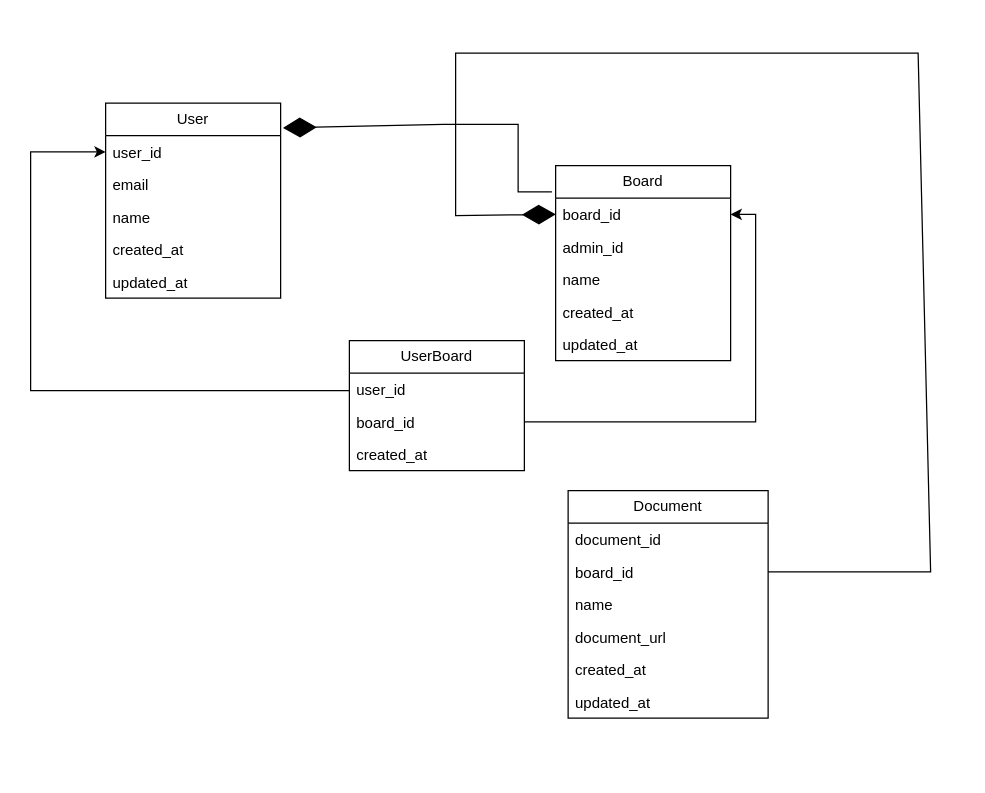
AyushMainali123/studysync keeps this draw.io diagram as db-diagram.drawio. Above is the earlier version. Source tidied: cells renumbered, new cells numbered last; positions are measured from the earlier drawing's top-left corner, leaving out a move shared by most shapes. Both pictures are drawn from the tidied source at 125%, with x=0, y=0 at pixel (30, 52).
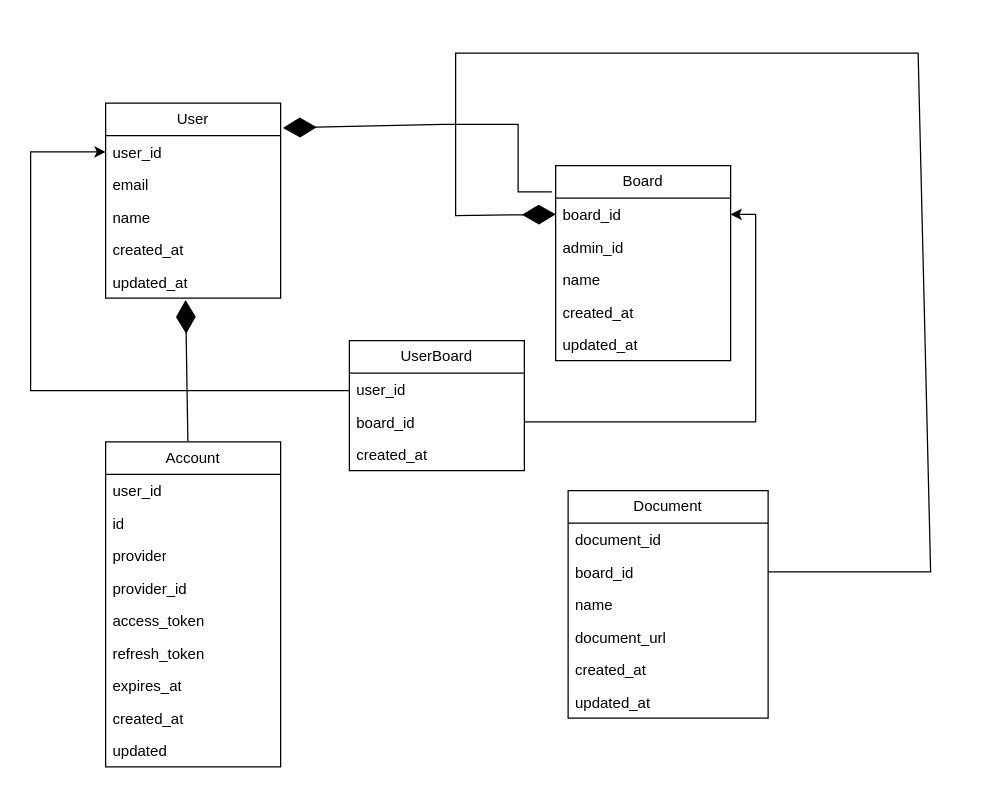
Above is the later version.

The change refers to these unchanged cells:
```xml
<mxCell id="7" value="updated_at" style="text;strokeColor=none;fillColor=none;align=left;verticalAlign=top;spacingLeft=4;spacingRight=4;overflow=hidden;points=[[0,0.5],[1,0.5]];portConstraint=eastwest;whiteSpace=wrap;html=1;" parent="2" vertex="1">
  <mxGeometry y="130" width="140" height="26" as="geometry" />
</mxCell>
```

Diff of the diagram source:
```diff
@@
+    <mxCell id="29" value="Account" style="swimlane;fontStyle=0;horizontal=1;startSize=26;fillColor=none;whiteSpace=wrap;html=1;" parent="1" vertex="1">
+      <mxGeometry x="60" y="311" width="140" height="260" as="geometry" />
+    </mxCell>
+    <mxCell id="30" value="user_id" style="text;strokeColor=none;fillColor=none;align=left;verticalAlign=top;spacingLeft=4;spacingRight=4;overflow=hidden;whiteSpace=wrap;html=1;" parent="29" vertex="1">
+      <mxGeometry y="26" width="140" height="26" as="geometry" />
+    </mxCell>
+    <mxCell id="31" value="id" style="text;strokeColor=none;fillColor=none;align=left;verticalAlign=top;spacingLeft=4;spacingRight=4;overflow=hidden;whiteSpace=wrap;html=1;" parent="29" vertex="1">
+      <mxGeometry y="52" width="140" height="26" as="geometry" />
+    </mxCell>
+    <mxCell id="32" value="provider" style="text;strokeColor=none;fillColor=none;align=left;verticalAlign=top;spacingLeft=4;spacingRight=4;overflow=hidden;whiteSpace=wrap;html=1;" parent="29" vertex="1">
+      <mxGeometry y="78" width="140" height="26" as="geometry" />
+    </mxCell>
+    <mxCell id="33" value="provider_id" style="text;strokeColor=none;fillColor=none;align=left;verticalAlign=top;spacingLeft=4;spacingRight=4;overflow=hidden;whiteSpace=wrap;html=1;" parent="29" vertex="1">
+      <mxGeometry y="104" width="140" height="26" as="geometry" />
+    </mxCell>
+    <mxCell id="34" value="access_token" style="text;strokeColor=none;fillColor=none;align=left;verticalAlign=top;spacingLeft=4;spacingRight=4;overflow=hidden;whiteSpace=wrap;html=1;" parent="29" vertex="1">
+      <mxGeometry y="130" width="140" height="26" as="geometry" />
+    </mxCell>
+    <mxCell id="35" value="refresh_token" style="text;strokeColor=none;fillColor=none;align=left;verticalAlign=top;spacingLeft=4;spacingRight=4;overflow=hidden;whiteSpace=wrap;html=1;" parent="29" vertex="1">
+      <mxGeometry y="156" width="140" height="26" as="geometry" />
+    </mxCell>
+    <mxCell id="36" value="expires_at" style="text;strokeColor=none;fillColor=none;align=left;verticalAlign=top;spacingLeft=4;spacingRight=4;overflow=hidden;whiteSpace=wrap;html=1;" parent="29" vertex="1">
+      <mxGeometry y="182" width="140" height="26" as="geometry" />
+    </mxCell>
+    <mxCell id="37" value="created_at" style="text;strokeColor=none;fillColor=none;align=left;verticalAlign=top;spacingLeft=4;spacingRight=4;overflow=hidden;whiteSpace=wrap;html=1;" parent="29" vertex="1">
+      <mxGeometry y="208" width="140" height="26" as="geometry" />
+    </mxCell>
+    <mxCell id="38" value="updated" style="text;strokeColor=none;fillColor=none;align=left;verticalAlign=top;spacingLeft=4;spacingRight=4;overflow=hidden;whiteSpace=wrap;html=1;" parent="29" vertex="1">
+      <mxGeometry y="234" width="140" height="26" as="geometry" />
+    </mxCell>
+    <mxCell id="39" style="endArrow=diamondThin;endFill=1;endSize=24;html=1;rounded=0;entryX=0.457;entryY=1.06;entryDx=0;entryDy=0;entryPerimeter=0;exitX=0.47;exitY=-0.001;exitDx=0;exitDy=0;exitPerimeter=0;" parent="1" edge="1" source="29" target="7">
+      <mxGeometry relative="1" as="geometry" />
+    </mxCell>
```
